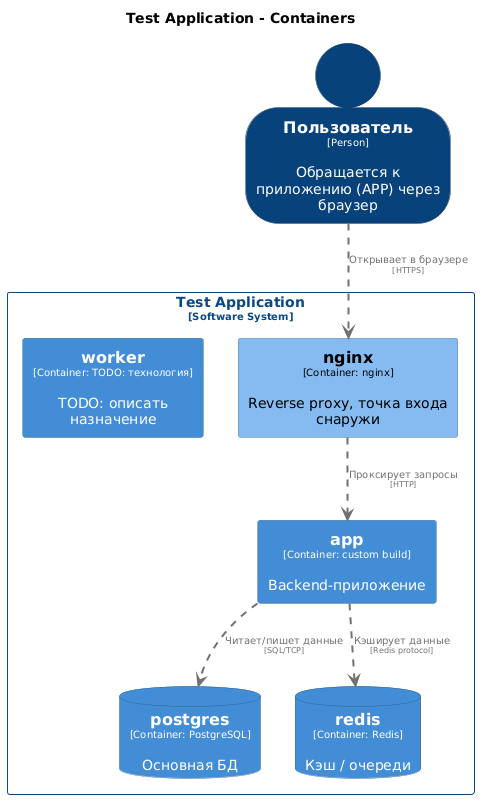
The PlantUML diagram architecture/diagrams/structurizr-Containers.png in dmitryimalkov/cicd, before a commit.
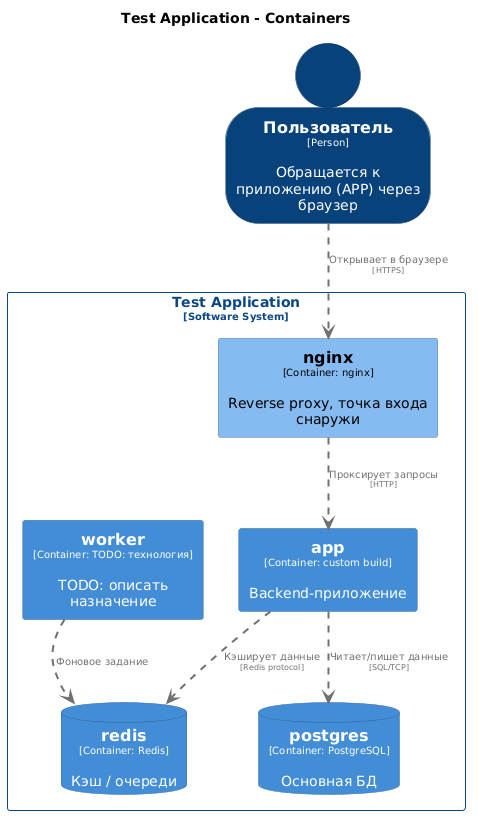
Later version of the same file.

Commit message:
docs: auto-sync architecture with docker-compose

Diff of the diagram source:
```diff
@@ -67,6 +67,7 @@
 
 TestApplication.app .[#707070,thickness=2].> TestApplication.postgres : "<color:#707070>Читает/пишет данные\n<color:#707070><size:8>[SQL/TCP]</size>"
 TestApplication.app .[#707070,thickness=2].> TestApplication.redis : "<color:#707070>Кэширует данные\n<color:#707070><size:8>[Redis protocol]</size>"
+TestApplication.worker .[#707070,thickness=2].> TestApplication.redis : "<color:#707070>Фоновое задание"
 Пользователь .[#707070,thickness=2].> TestApplication.nginx : "<color:#707070>Открывает в браузере\n<color:#707070><size:8>[HTTPS]</size>"
 TestApplication.nginx .[#707070,thickness=2].> TestApplication.app : "<color:#707070>Проксирует запросы\n<color:#707070><size:8>[HTTP]</size>"
 @enduml
```
